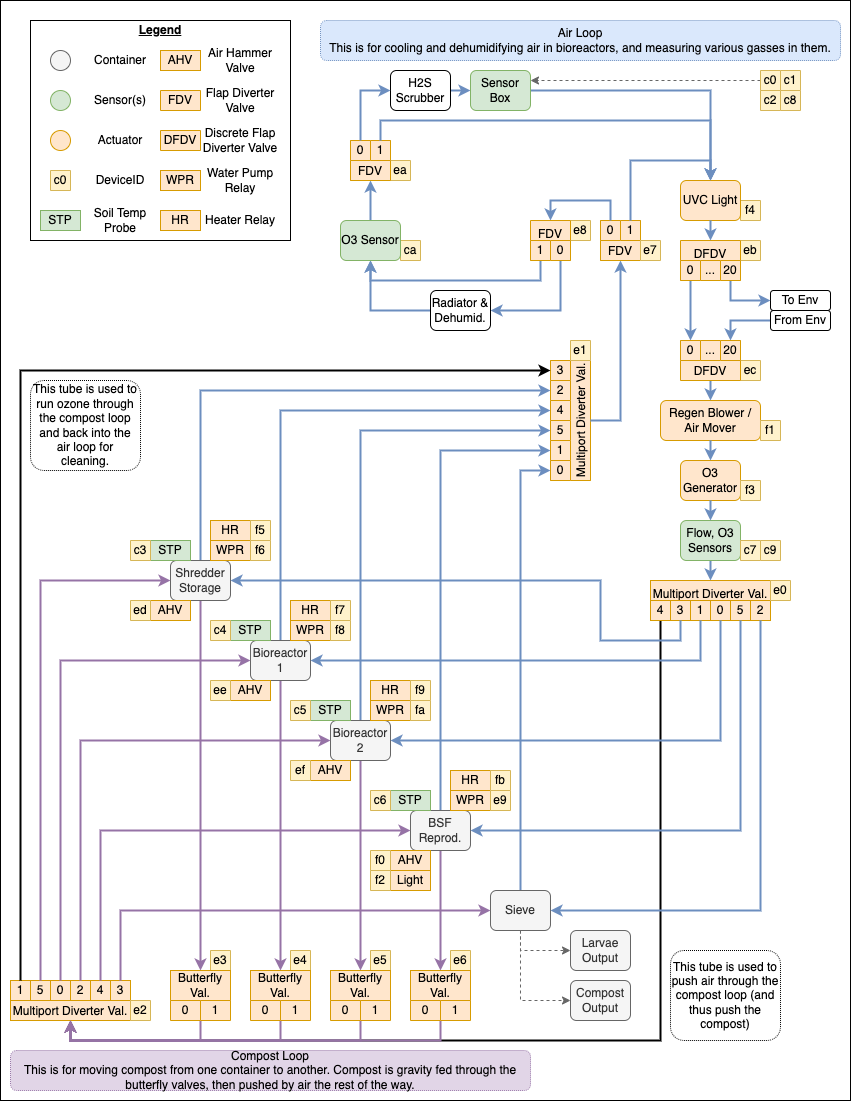
This is docs/resources/simplified_system_diagram.png from Canacompost-Systems-Inc/integrated-computer, a draw.io export, as it was before one commit. Source tidied: cells renumbered, new cells last; positions are measured from the earlier drawing's top-left corner, leaving out a move shared by most shapes.
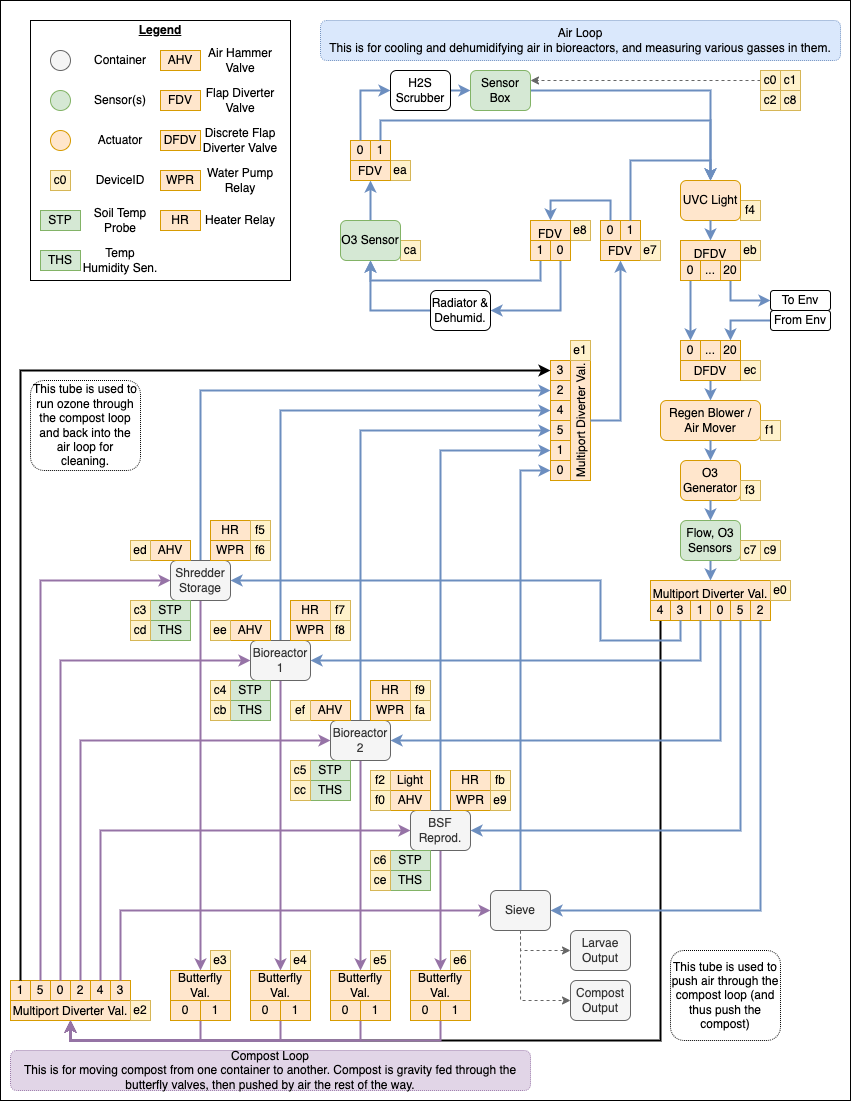
After the commit.

Diff of the diagram source:
```diff
@@ -6,7 +6,7 @@
       <mxGeometry width="850" height="1100" as="geometry" />
     </mxCell>
     <mxCell id="3" style="rounded=0;whiteSpace=wrap;html=1;shadow=0;glass=0;sketch=0;fillStyle=auto;strokeColor=default;fillColor=default;gradientColor=none;" parent="1" vertex="1">
-      <mxGeometry x="30" y="20" width="260" height="220" as="geometry" />
+      <mxGeometry x="30" y="20" width="260" height="260" as="geometry" />
     </mxCell>
     <mxCell id="4" style="edgeStyle=orthogonalEdgeStyle;rounded=0;jettySize=auto;html=1;exitX=0.5;exitY=1;exitDx=0;exitDy=0;entryX=0.5;entryY=1;entryDx=0;entryDy=0;strokeWidth=2;" parent="1" edge="1" source="41" target="24">
       <mxGeometry relative="1" as="geometry">
@@ -191,16 +191,16 @@
       <mxGeometry relative="1" as="geometry" />
     </mxCell>
     <mxCell id="61" value="AHV" style="rounded=0;whiteSpace=wrap;html=1;verticalAlign=middle;fillColor=#ffe6cc;strokeColor=#d79b00;" parent="1" vertex="1">
-      <mxGeometry x="150" y="600" width="40" height="20" as="geometry" />
+      <mxGeometry x="150" y="540" width="40" height="20" as="geometry" />
     </mxCell>
     <mxCell id="62" value="AHV" style="rounded=0;whiteSpace=wrap;html=1;verticalAlign=middle;fillColor=#ffe6cc;strokeColor=#d79b00;" parent="1" vertex="1">
-      <mxGeometry x="230" y="680" width="40" height="20" as="geometry" />
+      <mxGeometry x="230" y="620" width="40" height="20" as="geometry" />
     </mxCell>
     <mxCell id="63" value="AHV" style="rounded=0;whiteSpace=wrap;html=1;verticalAlign=middle;fillColor=#ffe6cc;strokeColor=#d79b00;" parent="1" vertex="1">
-      <mxGeometry x="310" y="760" width="40" height="20" as="geometry" />
+      <mxGeometry x="310" y="700" width="40" height="20" as="geometry" />
     </mxCell>
     <mxCell id="64" value="AHV" style="rounded=0;whiteSpace=wrap;html=1;verticalAlign=middle;fillColor=#ffe6cc;strokeColor=#d79b00;" parent="1" vertex="1">
-      <mxGeometry x="390" y="850" width="40" height="20" as="geometry" />
+      <mxGeometry x="390" y="790" width="40" height="20" as="geometry" />
     </mxCell>
     <mxCell id="65" value="To Env" style="rounded=1;whiteSpace=wrap;html=1;" parent="1" vertex="1">
       <mxGeometry x="770" y="290" width="60" height="20" as="geometry" />
@@ -374,10 +374,10 @@
       <mxGeometry x="760" y="420" width="20" height="20" as="geometry" />
     </mxCell>
     <mxCell id="122" value="STP" style="rounded=0;whiteSpace=wrap;html=1;verticalAlign=middle;fillColor=#d5e8d4;strokeColor=#82b366;" parent="1" vertex="1">
-      <mxGeometry x="150" y="540" width="40" height="20" as="geometry" />
+      <mxGeometry x="150" y="600" width="40" height="20" as="geometry" />
     </mxCell>
     <mxCell id="123" value="STP" style="rounded=0;whiteSpace=wrap;html=1;verticalAlign=middle;fillColor=#d5e8d4;strokeColor=#82b366;" parent="1" vertex="1">
-      <mxGeometry x="230" y="620" width="40" height="20" as="geometry" />
+      <mxGeometry x="230" y="680" width="40" height="20" as="geometry" />
     </mxCell>
     <mxCell id="124" value="STP" style="rounded=0;whiteSpace=wrap;html=1;verticalAlign=middle;fillColor=#d5e8d4;strokeColor=#82b366;" parent="1" vertex="1">
       <mxGeometry x="40" y="210" width="40" height="20" as="geometry" />
@@ -386,52 +386,52 @@
       <mxGeometry x="80" y="200" width="80" height="40" as="geometry" />
     </mxCell>
     <mxCell id="126" value="c3" style="text;html=1;strokeColor=#d6b656;fillColor=#fff2cc;align=center;verticalAlign=middle;whiteSpace=wrap;rounded=0;direction=south;" parent="1" vertex="1">
-      <mxGeometry x="130" y="540" width="20" height="20" as="geometry" />
+      <mxGeometry x="130" y="600" width="20" height="20" as="geometry" />
     </mxCell>
     <mxCell id="127" value="e3" style="text;html=1;strokeColor=#d6b656;fillColor=#fff2cc;align=center;verticalAlign=middle;whiteSpace=wrap;rounded=0;direction=south;" parent="1" vertex="1">
       <mxGeometry x="210" y="950" width="20" height="20" as="geometry" />
     </mxCell>
     <mxCell id="128" value="ed" style="text;html=1;strokeColor=#d6b656;fillColor=#fff2cc;align=center;verticalAlign=middle;whiteSpace=wrap;rounded=0;direction=south;" parent="1" vertex="1">
-      <mxGeometry x="130" y="600" width="20" height="20" as="geometry" />
+      <mxGeometry x="130" y="540" width="20" height="20" as="geometry" />
     </mxCell>
     <mxCell id="129" value="c4" style="text;html=1;strokeColor=#d6b656;fillColor=#fff2cc;align=center;verticalAlign=middle;whiteSpace=wrap;rounded=0;direction=south;" parent="1" vertex="1">
-      <mxGeometry x="210" y="620" width="20" height="20" as="geometry" />
+      <mxGeometry x="210" y="680" width="20" height="20" as="geometry" />
     </mxCell>
     <mxCell id="130" value="e4" style="text;html=1;strokeColor=#d6b656;fillColor=#fff2cc;align=center;verticalAlign=middle;whiteSpace=wrap;rounded=0;direction=south;" parent="1" vertex="1">
       <mxGeometry x="290" y="950" width="20" height="20" as="geometry" />
     </mxCell>
     <mxCell id="131" value="ee" style="text;html=1;strokeColor=#d6b656;fillColor=#fff2cc;align=center;verticalAlign=middle;whiteSpace=wrap;rounded=0;direction=south;" parent="1" vertex="1">
-      <mxGeometry x="210" y="680" width="20" height="20" as="geometry" />
+      <mxGeometry x="210" y="620" width="20" height="20" as="geometry" />
     </mxCell>
     <mxCell id="132" value="STP" style="rounded=0;whiteSpace=wrap;html=1;verticalAlign=middle;fillColor=#d5e8d4;strokeColor=#82b366;" parent="1" vertex="1">
-      <mxGeometry x="310" y="700" width="40" height="20" as="geometry" />
+      <mxGeometry x="310" y="760" width="40" height="20" as="geometry" />
     </mxCell>
     <mxCell id="133" value="c5" style="text;html=1;strokeColor=#d6b656;fillColor=#fff2cc;align=center;verticalAlign=middle;whiteSpace=wrap;rounded=0;direction=south;" parent="1" vertex="1">
-      <mxGeometry x="290" y="700" width="20" height="20" as="geometry" />
+      <mxGeometry x="290" y="760" width="20" height="20" as="geometry" />
     </mxCell>
     <mxCell id="134" value="e5" style="text;html=1;strokeColor=#d6b656;fillColor=#fff2cc;align=center;verticalAlign=middle;whiteSpace=wrap;rounded=0;direction=south;" parent="1" vertex="1">
       <mxGeometry x="370" y="950" width="20" height="20" as="geometry" />
     </mxCell>
     <mxCell id="135" value="ef" style="text;html=1;strokeColor=#d6b656;fillColor=#fff2cc;align=center;verticalAlign=middle;whiteSpace=wrap;rounded=0;direction=south;" parent="1" vertex="1">
-      <mxGeometry x="290" y="760" width="20" height="20" as="geometry" />
+      <mxGeometry x="290" y="700" width="20" height="20" as="geometry" />
     </mxCell>
     <mxCell id="136" value="STP" style="rounded=0;whiteSpace=wrap;html=1;verticalAlign=middle;fillColor=#d5e8d4;strokeColor=#82b366;" parent="1" vertex="1">
-      <mxGeometry x="390" y="790" width="40" height="20" as="geometry" />
+      <mxGeometry x="390" y="850" width="40" height="20" as="geometry" />
     </mxCell>
     <mxCell id="137" value="c6" style="text;html=1;strokeColor=#d6b656;fillColor=#fff2cc;align=center;verticalAlign=middle;whiteSpace=wrap;rounded=0;direction=south;" parent="1" vertex="1">
-      <mxGeometry x="370" y="790" width="20" height="20" as="geometry" />
+      <mxGeometry x="370" y="850" width="20" height="20" as="geometry" />
     </mxCell>
     <mxCell id="138" value="e6" style="text;html=1;strokeColor=#d6b656;fillColor=#fff2cc;align=center;verticalAlign=middle;whiteSpace=wrap;rounded=0;direction=south;" parent="1" vertex="1">
       <mxGeometry x="450" y="950" width="20" height="20" as="geometry" />
     </mxCell>
     <mxCell id="139" value="f0" style="text;html=1;strokeColor=#d6b656;fillColor=#fff2cc;align=center;verticalAlign=middle;whiteSpace=wrap;rounded=0;direction=south;" parent="1" vertex="1">
-      <mxGeometry x="370" y="850" width="20" height="20" as="geometry" />
+      <mxGeometry x="370" y="790" width="20" height="20" as="geometry" />
     </mxCell>
     <mxCell id="140" value="Light" style="rounded=0;whiteSpace=wrap;html=1;verticalAlign=middle;fillColor=#ffe6cc;strokeColor=#d79b00;" parent="1" vertex="1">
-      <mxGeometry x="390" y="870" width="40" height="20" as="geometry" />
+      <mxGeometry x="390" y="770" width="40" height="20" as="geometry" />
     </mxCell>
     <mxCell id="141" value="f2" style="text;html=1;strokeColor=#d6b656;fillColor=#fff2cc;align=center;verticalAlign=middle;whiteSpace=wrap;rounded=0;direction=south;" parent="1" vertex="1">
-      <mxGeometry x="370" y="870" width="20" height="20" as="geometry" />
+      <mxGeometry x="370" y="770" width="20" height="20" as="geometry" />
     </mxCell>
     <mxCell id="142" value="f3" style="text;html=1;strokeColor=#d6b656;fillColor=#fff2cc;align=center;verticalAlign=middle;whiteSpace=wrap;rounded=0;direction=south;" parent="1" vertex="1">
       <mxGeometry x="740" y="480" width="20" height="20" as="geometry" />
@@ -640,5 +640,35 @@
     <mxCell id="210" style="edgeStyle=orthogonalEdgeStyle;rounded=0;jettySize=auto;html=1;exitX=0;exitY=0.5;exitDx=0;exitDy=0;entryX=0.5;entryY=0;entryDx=0;entryDy=0;strokeWidth=2;fillColor=#dae8fc;strokeColor=#6c8ebf;" parent="1" edge="1" source="85" target="188">
       <mxGeometry relative="1" as="geometry" />
     </mxCell>
+    <mxCell id="211" value="THS" style="rounded=0;whiteSpace=wrap;html=1;verticalAlign=middle;fillColor=#d5e8d4;strokeColor=#82b366;" parent="1" vertex="1">
+      <mxGeometry x="40" y="250" width="40" height="20" as="geometry" />
+    </mxCell>
+    <mxCell id="212" value="Temp Humidity Sen." style="text;html=1;strokeColor=none;fillColor=none;align=center;verticalAlign=middle;whiteSpace=wrap;rounded=0;shadow=0;glass=0;dashed=1;dashPattern=1 1;sketch=1;fillStyle=auto;" parent="1" vertex="1">
+      <mxGeometry x="80" y="240" width="80" height="40" as="geometry" />
+    </mxCell>
+    <mxCell id="213" value="THS" style="rounded=0;whiteSpace=wrap;html=1;verticalAlign=middle;fillColor=#d5e8d4;strokeColor=#82b366;" parent="1" vertex="1">
+      <mxGeometry x="150" y="620" width="40" height="20" as="geometry" />
+    </mxCell>
+    <mxCell id="214" value="THS" style="rounded=0;whiteSpace=wrap;html=1;verticalAlign=middle;fillColor=#d5e8d4;strokeColor=#82b366;" parent="1" vertex="1">
+      <mxGeometry x="230" y="700" width="40" height="20" as="geometry" />
+    </mxCell>
+    <mxCell id="215" value="THS" style="rounded=0;whiteSpace=wrap;html=1;verticalAlign=middle;fillColor=#d5e8d4;strokeColor=#82b366;" parent="1" vertex="1">
+      <mxGeometry x="310" y="780" width="40" height="20" as="geometry" />
+    </mxCell>
+    <mxCell id="216" value="THS" style="rounded=0;whiteSpace=wrap;html=1;verticalAlign=middle;fillColor=#d5e8d4;strokeColor=#82b366;" parent="1" vertex="1">
+      <mxGeometry x="390" y="870" width="40" height="20" as="geometry" />
+    </mxCell>
+    <mxCell id="217" value="cd" style="text;html=1;strokeColor=#d6b656;fillColor=#fff2cc;align=center;verticalAlign=middle;whiteSpace=wrap;rounded=0;direction=south;" parent="1" vertex="1">
+      <mxGeometry x="130" y="620" width="20" height="20" as="geometry" />
+    </mxCell>
+    <mxCell id="218" value="cb" style="text;html=1;strokeColor=#d6b656;fillColor=#fff2cc;align=center;verticalAlign=middle;whiteSpace=wrap;rounded=0;direction=south;" parent="1" vertex="1">
+      <mxGeometry x="210" y="700" width="20" height="20" as="geometry" />
+    </mxCell>
+    <mxCell id="219" value="cc" style="text;html=1;strokeColor=#d6b656;fillColor=#fff2cc;align=center;verticalAlign=middle;whiteSpace=wrap;rounded=0;direction=south;" parent="1" vertex="1">
+      <mxGeometry x="290" y="780" width="20" height="20" as="geometry" />
+    </mxCell>
+    <mxCell id="220" value="ce" style="text;html=1;strokeColor=#d6b656;fillColor=#fff2cc;align=center;verticalAlign=middle;whiteSpace=wrap;rounded=0;direction=south;" parent="1" vertex="1">
+      <mxGeometry x="370" y="870" width="20" height="20" as="geometry" />
+    </mxCell>
   </root>
 </mxGraphModel>
```
